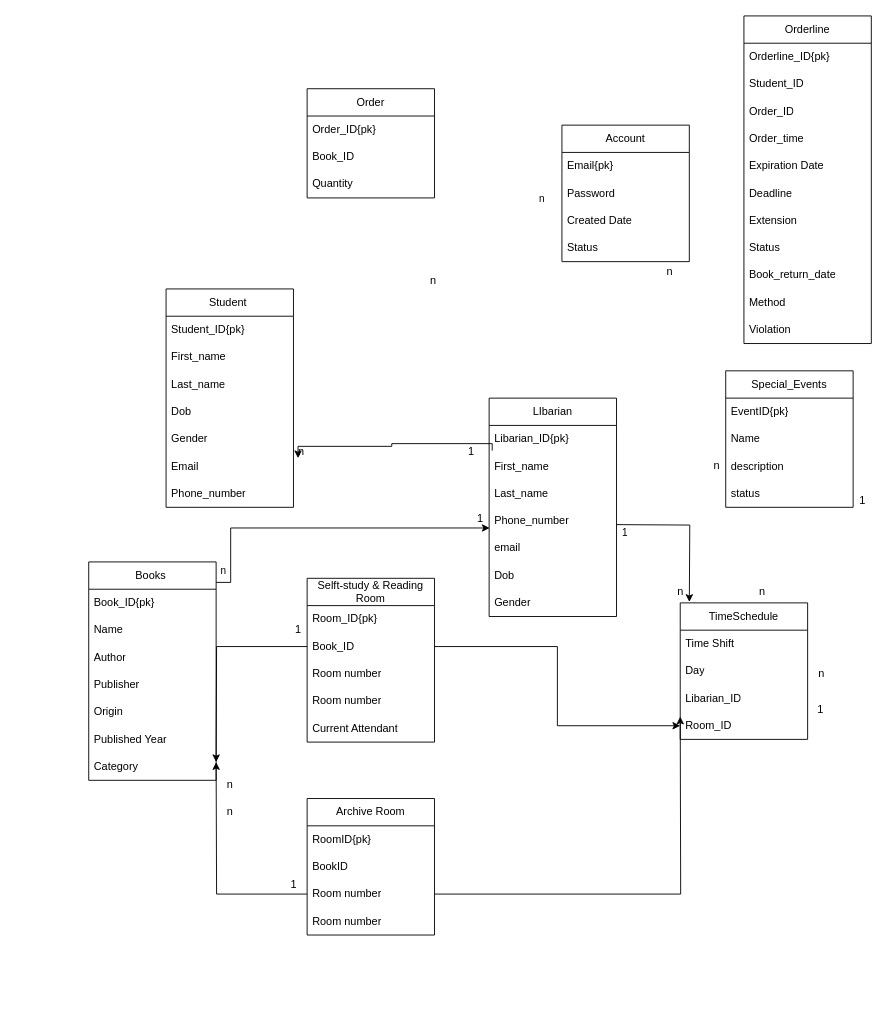
Dovanvu09/LibraryManagement keeps this draw.io diagram as table_relations.drawio. Above is the earlier version. Source tidied: cells renumbered, new cells numbered last; positions are measured from the earlier drawing's top-left corner, leaving out a move shared by most shapes. Both pictures are drawn from the tidied source at 91%, with x=0, y=0 at pixel (88, 15).
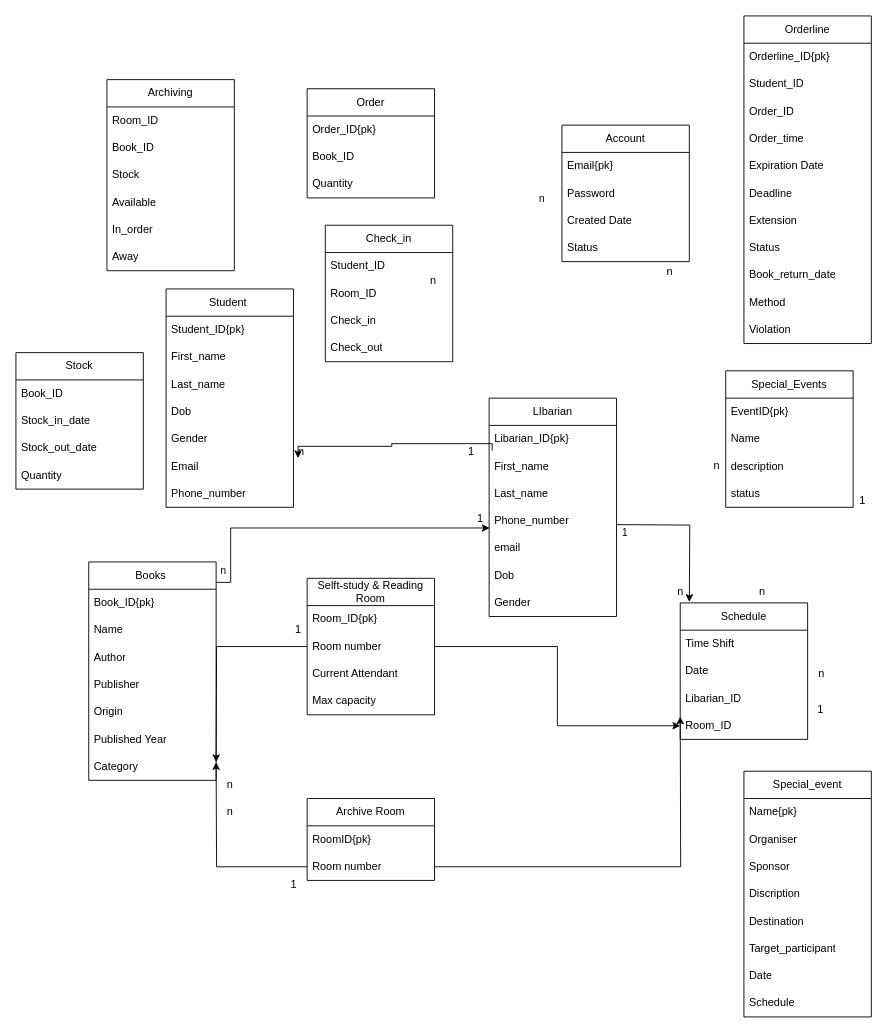
After the change.

Change to the diagram source:
```diff
@@
     <mxCell id="20" value="Selft-study &amp;amp; Reading Room" style="swimlane;fontStyle=0;horizontal=1;startSize=30;whiteSpace=wrap;html=1;" parent="1" vertex="1">
-      <mxGeometry x="240" y="618" width="140" height="180" as="geometry" />
+      <mxGeometry x="240" y="618" width="140" height="150" as="geometry" />
     </mxCell>
@@
-    <mxCell id="22" value="Book_ID" style="text;strokeColor=none;fillColor=none;align=left;verticalAlign=middle;spacingLeft=4;spacingRight=4;overflow=hidden;points=[[0,0.5],[1,0.5]];portConstraint=eastwest;whiteSpace=wrap;html=1;" parent="20" vertex="1">
+    <mxCell id="22" value="Room number" style="text;strokeColor=none;fillColor=none;align=left;verticalAlign=middle;spacingLeft=4;spacingRight=4;overflow=hidden;points=[[0,0.5],[1,0.5]];portConstraint=eastwest;whiteSpace=wrap;html=1;" parent="20" vertex="1">
       <mxGeometry y="60" width="140" height="30" as="geometry" />
     </mxCell>
-    <mxCell id="23" value="Room number" style="text;strokeColor=none;fillColor=none;align=left;verticalAlign=middle;spacingLeft=4;spacingRight=4;overflow=hidden;whiteSpace=wrap;html=1;" parent="20" vertex="1">
-      <mxGeometry y="90" width="140" height="30" as="geometry" />
-    </mxCell>
+    <mxCell id="25" value="Current Attendant" style="text;strokeColor=none;fillColor=none;align=left;verticalAlign=middle;spacingLeft=4;spacingRight=4;overflow=hidden;whiteSpace=wrap;html=1;" parent="20" vertex="1">
+      <mxGeometry y="90" width="140" height="30" as="geometry" />
+    </mxCell>
-    <mxCell id="24" value="Room number" style="text;strokeColor=none;fillColor=none;align=left;verticalAlign=middle;spacingLeft=4;spacingRight=4;overflow=hidden;whiteSpace=wrap;html=1;" parent="20" vertex="1">
+    <mxCell id="24" value="Max capacity" style="text;strokeColor=none;fillColor=none;align=left;verticalAlign=middle;spacingLeft=4;spacingRight=4;overflow=hidden;whiteSpace=wrap;html=1;" parent="20" vertex="1">
       <mxGeometry y="120" width="140" height="30" as="geometry" />
     </mxCell>
-    <mxCell id="25" value="Current Attendant" style="text;strokeColor=none;fillColor=none;align=left;verticalAlign=middle;spacingLeft=4;spacingRight=4;overflow=hidden;whiteSpace=wrap;html=1;" parent="20" vertex="1">
-      <mxGeometry y="150" width="140" height="30" as="geometry" />
-    </mxCell>
-    <mxCell id="26" value="TimeSchedule" style="swimlane;fontStyle=0;horizontal=1;startSize=30;whiteSpace=wrap;html=1;" parent="1" vertex="1">
+    <mxCell id="26" value="Schedule" style="swimlane;fontStyle=0;horizontal=1;startSize=30;whiteSpace=wrap;html=1;" parent="1" vertex="1">
       <mxGeometry x="650" y="645" width="140" height="150" as="geometry" />
     </mxCell>
@@
-    <mxCell id="28" value="Day" style="text;strokeColor=none;fillColor=none;align=left;verticalAlign=middle;spacingLeft=4;spacingRight=4;overflow=hidden;whiteSpace=wrap;html=1;" parent="26" vertex="1">
+    <mxCell id="28" value="Date" style="text;strokeColor=none;fillColor=none;align=left;verticalAlign=middle;spacingLeft=4;spacingRight=4;overflow=hidden;whiteSpace=wrap;html=1;" parent="26" vertex="1">
       <mxGeometry y="60" width="140" height="30" as="geometry" />
     </mxCell>
@@
     <mxCell id="59" value="Archive Room" style="swimlane;fontStyle=0;horizontal=1;startSize=30;whiteSpace=wrap;html=1;" parent="1" vertex="1">
-      <mxGeometry x="240" y="860" width="140" height="150" as="geometry" />
+      <mxGeometry x="240" y="860" width="140" height="90" as="geometry" />
     </mxCell>
@@
-    <mxCell id="61" value="BookID" style="text;strokeColor=none;fillColor=none;align=left;verticalAlign=middle;spacingLeft=4;spacingRight=4;overflow=hidden;whiteSpace=wrap;html=1;" parent="59" vertex="1">
-      <mxGeometry y="60" width="140" height="30" as="geometry" />
-    </mxCell>
@@
     <mxCell id="63" value="Room number" style="text;strokeColor=none;fillColor=none;align=left;verticalAlign=middle;spacingLeft=4;spacingRight=4;overflow=hidden;points=[[0,0.5],[1,0.5]];portConstraint=eastwest;whiteSpace=wrap;html=1;" parent="59" vertex="1">
-      <mxGeometry y="90" width="140" height="30" as="geometry" />
+      <mxGeometry y="60" width="140" height="30" as="geometry" />
     </mxCell>
-    <mxCell id="64" value="Room number" style="text;strokeColor=none;fillColor=none;align=left;verticalAlign=middle;spacingLeft=4;spacingRight=4;overflow=hidden;whiteSpace=wrap;html=1;" parent="59" vertex="1">
-      <mxGeometry y="120" width="140" height="30" as="geometry" />
-    </mxCell>
@@
+    <mxCell id="93" value="Archiving" style="swimlane;fontStyle=0;horizontal=1;startSize=30;whiteSpace=wrap;html=1;" parent="1" vertex="1">
+      <mxGeometry x="20" y="70" width="140" height="210" as="geometry" />
+    </mxCell>
+    <mxCell id="94" value="Room_ID" style="text;strokeColor=none;fillColor=none;align=left;verticalAlign=middle;spacingLeft=4;spacingRight=4;overflow=hidden;whiteSpace=wrap;html=1;" parent="93" vertex="1">
+      <mxGeometry y="30" width="140" height="30" as="geometry" />
+    </mxCell>
+    <mxCell id="95" value="Book_ID" style="text;strokeColor=none;fillColor=none;align=left;verticalAlign=middle;spacingLeft=4;spacingRight=4;overflow=hidden;whiteSpace=wrap;html=1;" parent="93" vertex="1">
+      <mxGeometry y="60" width="140" height="30" as="geometry" />
+    </mxCell>
+    <mxCell id="96" value="Stock" style="text;strokeColor=none;fillColor=none;align=left;verticalAlign=middle;spacingLeft=4;spacingRight=4;overflow=hidden;whiteSpace=wrap;html=1;" parent="93" vertex="1">
+      <mxGeometry y="90" width="140" height="30" as="geometry" />
+    </mxCell>
+    <mxCell id="97" value="Available" style="text;strokeColor=none;fillColor=none;align=left;verticalAlign=middle;spacingLeft=4;spacingRight=4;overflow=hidden;whiteSpace=wrap;html=1;" parent="93" vertex="1">
+      <mxGeometry y="120" width="140" height="30" as="geometry" />
+    </mxCell>
+    <mxCell id="98" value="In_order" style="text;strokeColor=none;fillColor=none;align=left;verticalAlign=middle;spacingLeft=4;spacingRight=4;overflow=hidden;whiteSpace=wrap;html=1;" parent="93" vertex="1">
+      <mxGeometry y="150" width="140" height="30" as="geometry" />
+    </mxCell>
+    <mxCell id="99" value="Away" style="text;strokeColor=none;fillColor=none;align=left;verticalAlign=middle;spacingLeft=4;spacingRight=4;overflow=hidden;whiteSpace=wrap;html=1;" parent="93" vertex="1">
+      <mxGeometry y="180" width="140" height="30" as="geometry" />
+    </mxCell>
+    <mxCell id="100" value="Stock" style="swimlane;fontStyle=0;horizontal=1;startSize=30;whiteSpace=wrap;html=1;" parent="1" vertex="1">
+      <mxGeometry x="-80" y="370" width="140" height="150" as="geometry" />
+    </mxCell>
+    <mxCell id="101" value="Book_ID" style="text;strokeColor=none;fillColor=none;align=left;verticalAlign=middle;spacingLeft=4;spacingRight=4;overflow=hidden;whiteSpace=wrap;html=1;" parent="100" vertex="1">
+      <mxGeometry y="30" width="140" height="30" as="geometry" />
+    </mxCell>
+    <mxCell id="102" value="Stock_in_date" style="text;strokeColor=none;fillColor=none;align=left;verticalAlign=middle;spacingLeft=4;spacingRight=4;overflow=hidden;whiteSpace=wrap;html=1;" parent="100" vertex="1">
+      <mxGeometry y="60" width="140" height="30" as="geometry" />
+    </mxCell>
+    <mxCell id="103" value="Stock_out_date" style="text;strokeColor=none;fillColor=none;align=left;verticalAlign=middle;spacingLeft=4;spacingRight=4;overflow=hidden;whiteSpace=wrap;html=1;" parent="100" vertex="1">
+      <mxGeometry y="90" width="140" height="30" as="geometry" />
+    </mxCell>
+    <mxCell id="104" value="Quantity" style="text;strokeColor=none;fillColor=none;align=left;verticalAlign=middle;spacingLeft=4;spacingRight=4;overflow=hidden;whiteSpace=wrap;html=1;" parent="100" vertex="1">
+      <mxGeometry y="120" width="140" height="30" as="geometry" />
+    </mxCell>
+    <mxCell id="105" value="Check_in" style="swimlane;fontStyle=0;horizontal=1;startSize=30;whiteSpace=wrap;html=1;" parent="1" vertex="1">
+      <mxGeometry x="260" y="230" width="140" height="150" as="geometry" />
+    </mxCell>
+    <mxCell id="106" value="Student_ID" style="text;strokeColor=none;fillColor=none;align=left;verticalAlign=middle;spacingLeft=4;spacingRight=4;overflow=hidden;whiteSpace=wrap;html=1;" parent="105" vertex="1">
+      <mxGeometry y="30" width="140" height="30" as="geometry" />
+    </mxCell>
+    <mxCell id="107" value="Room_ID" style="text;strokeColor=none;fillColor=none;align=left;verticalAlign=middle;spacingLeft=4;spacingRight=4;overflow=hidden;whiteSpace=wrap;html=1;" parent="105" vertex="1">
+      <mxGeometry y="60" width="140" height="30" as="geometry" />
+    </mxCell>
+    <mxCell id="108" value="Check_in" style="text;strokeColor=none;fillColor=none;align=left;verticalAlign=middle;spacingLeft=4;spacingRight=4;overflow=hidden;whiteSpace=wrap;html=1;" parent="105" vertex="1">
+      <mxGeometry y="90" width="140" height="30" as="geometry" />
+    </mxCell>
+    <mxCell id="109" value="Check_out" style="text;strokeColor=none;fillColor=none;align=left;verticalAlign=middle;spacingLeft=4;spacingRight=4;overflow=hidden;whiteSpace=wrap;html=1;" parent="105" vertex="1">
+      <mxGeometry y="120" width="140" height="30" as="geometry" />
+    </mxCell>
+    <mxCell id="110" value="Special_event" style="swimlane;fontStyle=0;horizontal=1;startSize=30;whiteSpace=wrap;html=1;" parent="1" vertex="1">
+      <mxGeometry x="720" y="830" width="140" height="270" as="geometry" />
+    </mxCell>
+    <mxCell id="111" value="Name{pk}" style="text;strokeColor=none;fillColor=none;align=left;verticalAlign=middle;spacingLeft=4;spacingRight=4;overflow=hidden;whiteSpace=wrap;html=1;" parent="110" vertex="1">
+      <mxGeometry y="30" width="140" height="30" as="geometry" />
+    </mxCell>
+    <mxCell id="112" value="Organiser" style="text;strokeColor=none;fillColor=none;align=left;verticalAlign=middle;spacingLeft=4;spacingRight=4;overflow=hidden;whiteSpace=wrap;html=1;" parent="110" vertex="1">
+      <mxGeometry y="60" width="140" height="30" as="geometry" />
+    </mxCell>
+    <mxCell id="113" value="Sponsor" style="text;strokeColor=none;fillColor=none;align=left;verticalAlign=middle;spacingLeft=4;spacingRight=4;overflow=hidden;whiteSpace=wrap;html=1;" parent="110" vertex="1">
+      <mxGeometry y="90" width="140" height="30" as="geometry" />
+    </mxCell>
+    <mxCell id="114" value="Discription" style="text;strokeColor=none;fillColor=none;align=left;verticalAlign=middle;spacingLeft=4;spacingRight=4;overflow=hidden;whiteSpace=wrap;html=1;" parent="110" vertex="1">
+      <mxGeometry y="120" width="140" height="30" as="geometry" />
+    </mxCell>
+    <mxCell id="115" value="Destination" style="text;strokeColor=none;fillColor=none;align=left;verticalAlign=middle;spacingLeft=4;spacingRight=4;overflow=hidden;whiteSpace=wrap;html=1;" parent="110" vertex="1">
+      <mxGeometry y="150" width="140" height="30" as="geometry" />
+    </mxCell>
+    <mxCell id="116" value="Target_participant" style="text;strokeColor=none;fillColor=none;align=left;verticalAlign=middle;spacingLeft=4;spacingRight=4;overflow=hidden;whiteSpace=wrap;html=1;" parent="110" vertex="1">
+      <mxGeometry y="180" width="140" height="30" as="geometry" />
+    </mxCell>
+    <mxCell id="117" value="Date" style="text;strokeColor=none;fillColor=none;align=left;verticalAlign=middle;spacingLeft=4;spacingRight=4;overflow=hidden;whiteSpace=wrap;html=1;" parent="110" vertex="1">
+      <mxGeometry y="210" width="140" height="30" as="geometry" />
+    </mxCell>
+    <mxCell id="118" value="Schedule" style="text;strokeColor=none;fillColor=none;align=left;verticalAlign=middle;spacingLeft=4;spacingRight=4;overflow=hidden;whiteSpace=wrap;html=1;" parent="110" vertex="1">
+      <mxGeometry y="240" width="140" height="30" as="geometry" />
+    </mxCell>
```
